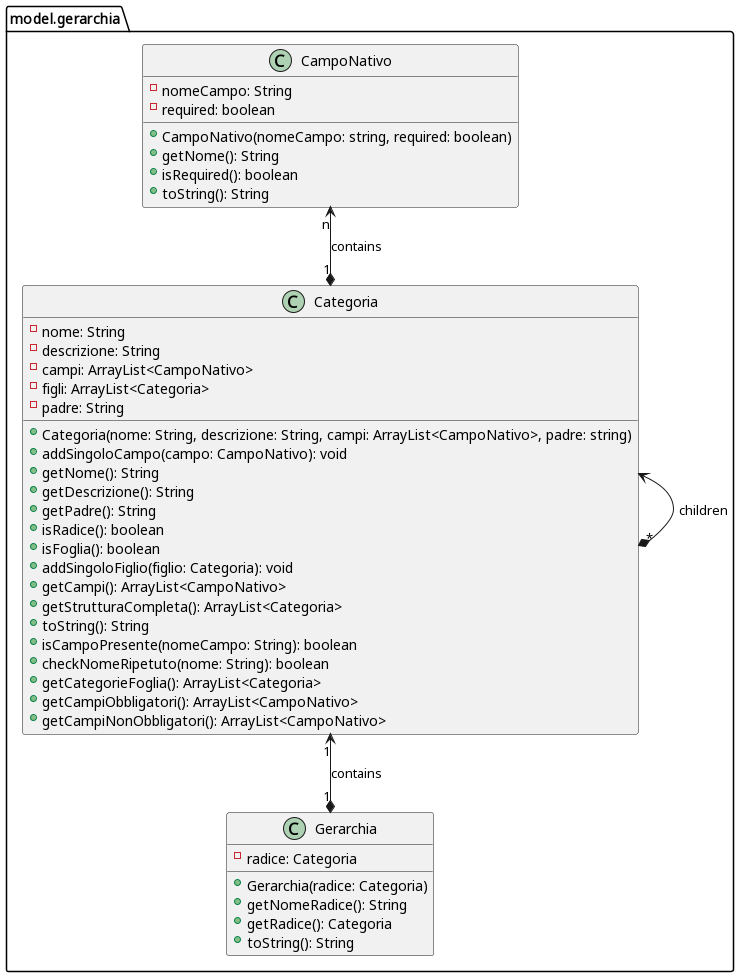
bernagit/IngegneriaSoftware keeps this PlantUML diagram as out/Documentation/Ver1/model.gerarchia/model.gerarchia.png. Above is the earlier version. Its diagram source:
```plantuml
@startuml model.gerarchia

package model.gerarchia{
    class CampoNativo{
        -nomeCampo: String
        -required: boolean
        +CampoNativo(nomeCampo: string, required: boolean)
        +getNome(): String
        +isRequired(): boolean
        +toString(): String
    }

    class Categoria{
        -nome: String
        -descrizione: String
        -campi: ArrayList<CampoNativo>
        -figli: ArrayList<Categoria>
        -padre: String

        +Categoria(nome: String, descrizione: String, campi: ArrayList<CampoNativo>, padre: string)
        +addSingoloCampo(campo: CampoNativo): void
        +getNome(): String
        +getDescrizione(): String
        +getPadre(): String
        +isRadice(): boolean
        +isFoglia(): boolean
        +addSingoloFiglio(figlio: Categoria): void
        +getCampi(): ArrayList<CampoNativo>
        +getStrutturaCompleta(): ArrayList<Categoria>
        +toString(): String
        +isCampoPresente(nomeCampo: String): boolean
        +checkNomeRipetuto(nome: String): boolean
        +getCategorieFoglia(): ArrayList<Categoria>
        +getCampiObbligatori(): ArrayList<CampoNativo>
        +getCampiNonObbligatori(): ArrayList<CampoNativo>
    }

    class Gerarchia{
        -radice: Categoria
        +Gerarchia(radice: Categoria)
        +getNomeRadice(): String
        +getRadice(): Categoria
        +toString(): String
    }

    CampoNativo "n" <--* "1" Categoria : contains
    Categoria "1" <--* "1" Gerarchia  : contains
    Categoria <--* "*" Categoria : children
}


@enduml
```
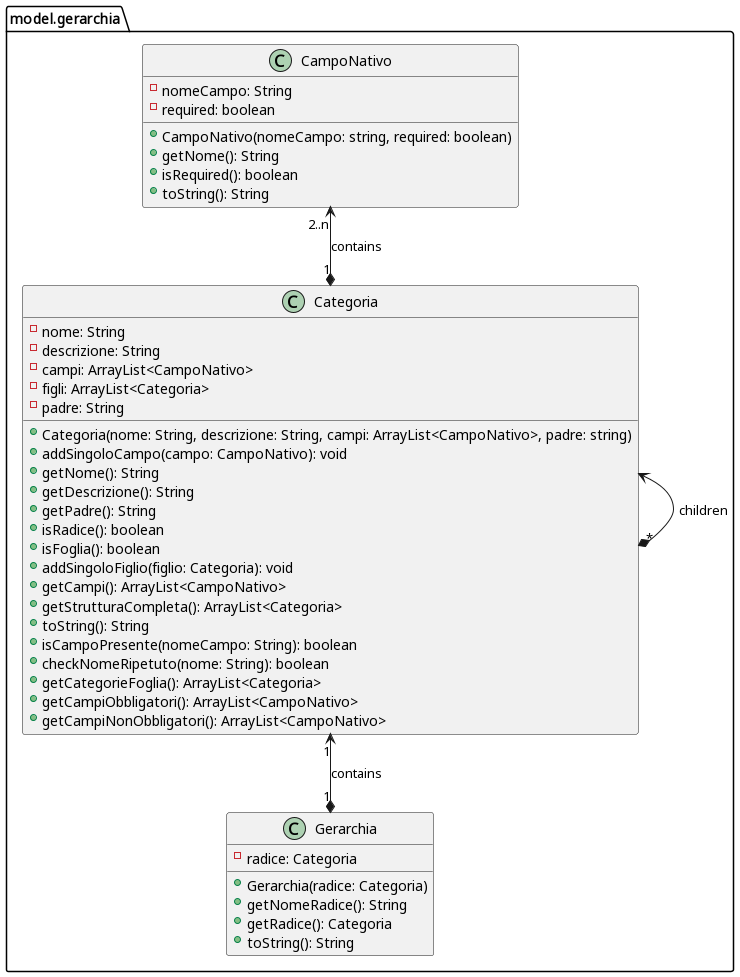
Above is the later version.

The edit, as a diff of the source:
```diff
@@ -43,7 +43,7 @@
         +toString(): String
     }
 
-    CampoNativo "n" <--* "1" Categoria : contains
+    CampoNativo "2..n" <--* "1" Categoria : contains
     Categoria "1" <--* "1" Gerarchia  : contains
     Categoria <--* "*" Categoria : children
 }
```
